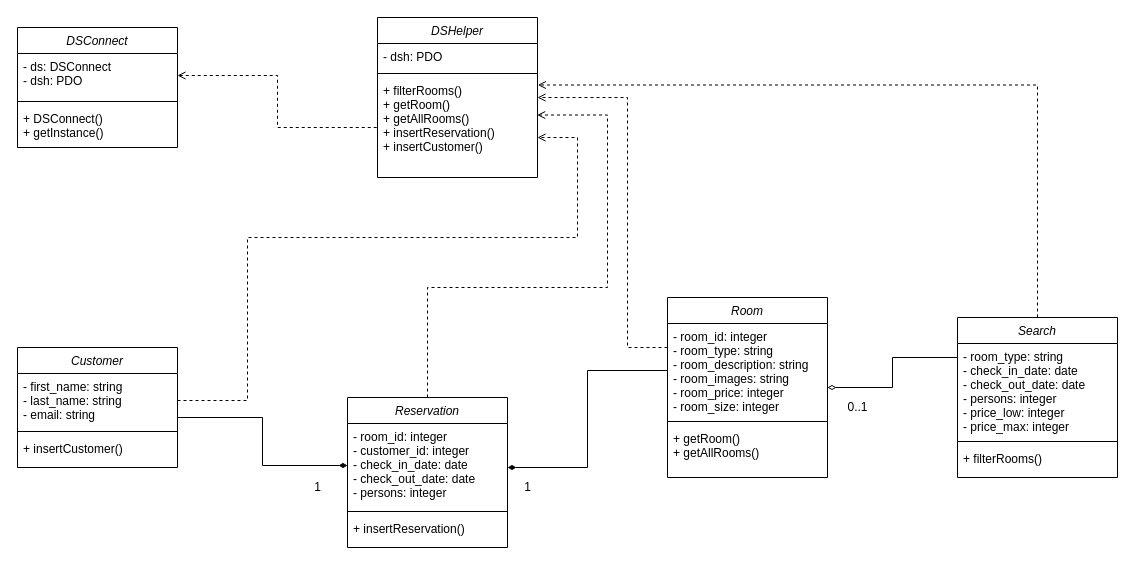
Earlier version of the draw.io diagram uml/hotel_educom.drawio (redfiretim/Hotel_Admin_API). Source tidied: cells renumbered, new cells numbered last; positions are measured from the earlier drawing's top-left corner, leaving out a move shared by most shapes. Both pictures are drawn from the tidied source at 100%, with x=0, y=0 at pixel (17, 17).
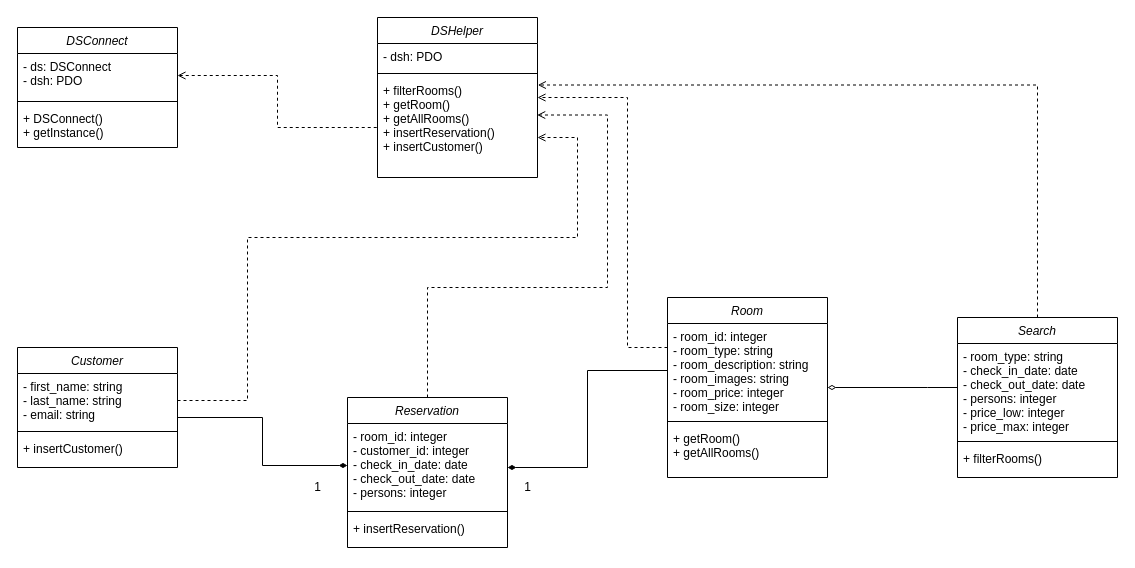
The same diagram, later.

Commit message:
relationships adjusted

Unchanged cells that the change refers to:
```xml
<mxCell id="16" value="Room" style="swimlane;fontStyle=2;align=center;verticalAlign=top;horizontal=1;startSize=26;rounded=0;shadow=0;strokeWidth=1;" parent="1" vertex="1">
  <mxGeometry x="650" y="280" width="160" height="180" as="geometry" />
</mxCell>
<mxCell id="28" value="- room_type: string&#10;- check_in_date: date&#10;- check_out_date: date&#10;- persons: integer&#10;- price_low: integer&#10;- price_max: integer" style="text;align=left;verticalAlign=top;spacingLeft=4;spacingRight=4;overflow=hidden;points=[[0,0.5],[1,0.5]];portConstraint=eastwest;" parent="27" vertex="1">
  <mxGeometry y="26" width="160" height="94" as="geometry" />
</mxCell>
```

What changed in the source:
```diff
@@
     <mxCell id="15" style="edgeStyle=orthogonalEdgeStyle;rounded=0;jettySize=auto;html=1;startArrow=diamondThin;startFill=0;endArrow=none;endFill=0;" parent="1" edge="1" source="16" target="28">
       <mxGeometry relative="1" as="geometry">
         <Array as="points">
-          <mxPoint x="875" y="370" />
-          <mxPoint x="875" y="340" />
+          <mxPoint x="910" y="370" />
+          <mxPoint x="910" y="370" />
         </Array>
       </mxGeometry>
     </mxCell>
@@
-    <mxCell id="36" value="0..1" style="text;html=1;align=center;verticalAlign=middle;" parent="1" vertex="1">
-      <mxGeometry x="820" y="380" width="40" height="20" as="geometry" />
-    </mxCell>
```
